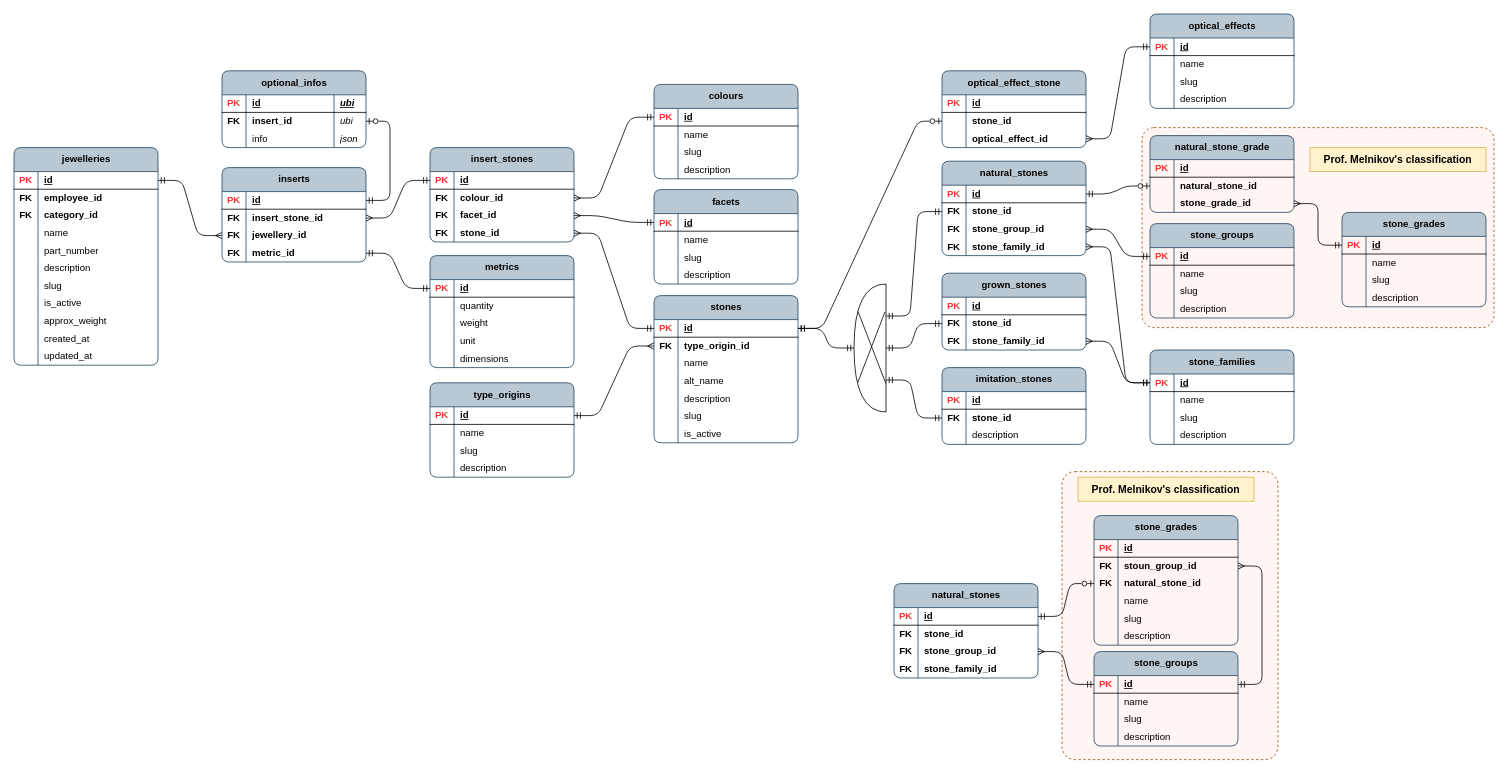
This is page "psql_inserts" (2 of 14) of publisher/laravel-app/psql_jewellery_items.drawio from Local-development-environment/msg-brokers-publisher-consumer, a draw.io file, before an edit. Source tidied: cells renumbered, new cells numbered last; positions are measured from the earlier drawing's top-left corner, leaving out a move shared by most shapes. Both pictures are drawn from the tidied source at 80%, with x=0, y=0 at pixel (14, 14).
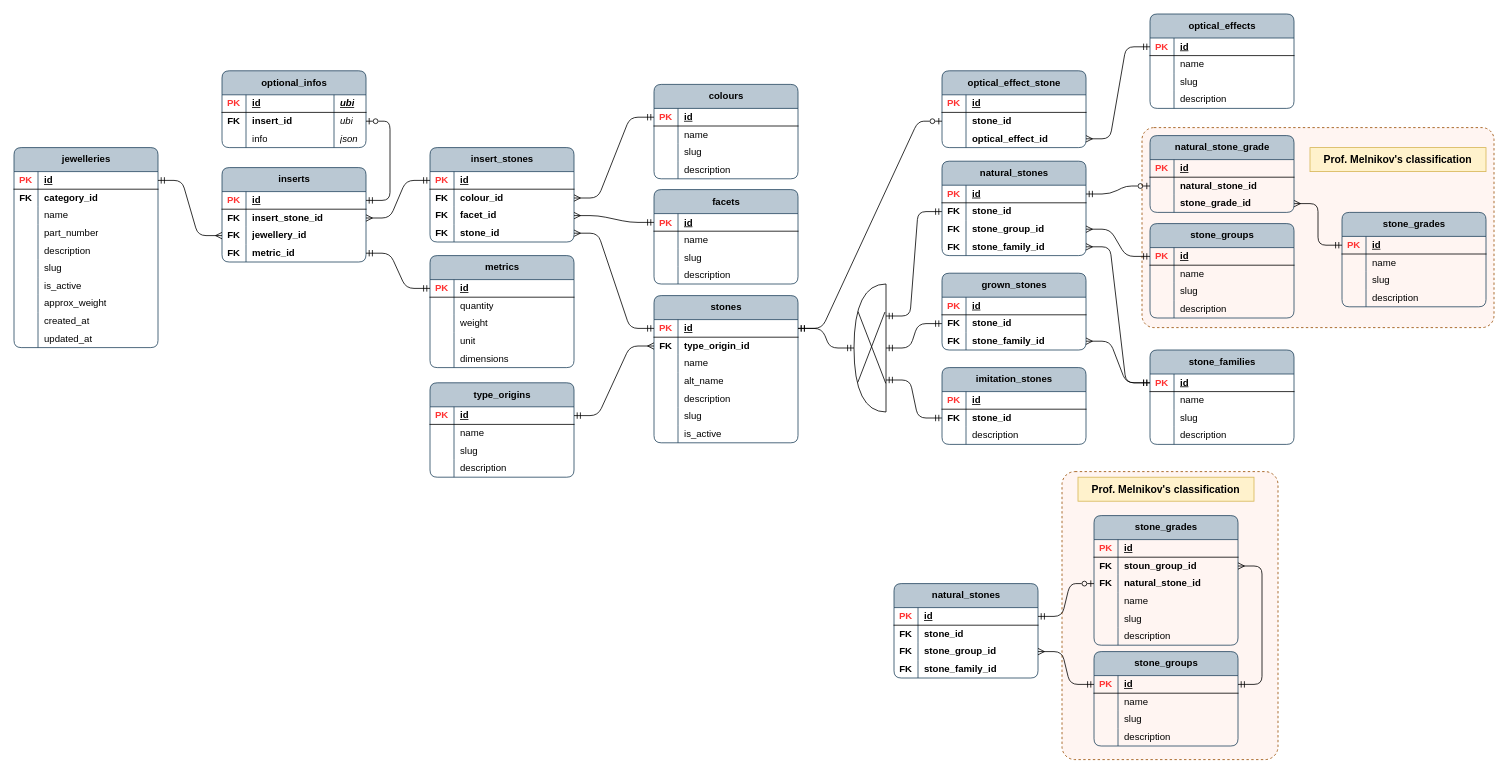
The same page after the edit.

Change to the diagram source:
```diff
@@
     <mxCell id="121" value="jewelleries" style="shape=table;startSize=30;childLayout=tableLayout;rowLines=0;fontStyle=1;align=center;html=1;rounded=1;swimlaneFillColor=none;fillColor=#bac8d3;strokeColor=#23445d;columnLines=1;arcSize=10;" parent="1" vertex="1">
-      <mxGeometry y="167" width="180" height="272" as="geometry" />
+      <mxGeometry y="167" width="180" height="250" as="geometry" />
     </mxCell>
@@
-    <mxCell id="125" style="shape=tableRow;horizontal=0;startSize=0;swimlaneHead=0;swimlaneBody=0;fillColor=none;top=0;left=0;right=0;bottom=0;rounded=1;" parent="121" vertex="1">
-      <mxGeometry y="52" width="180" height="22" as="geometry" />
-    </mxCell>
-    <mxCell id="126" value="&lt;b&gt;FK&lt;/b&gt;" style="shape=partialRectangle;fillColor=none;top=0;left=0;bottom=0;right=0;overflow=hidden;whiteSpace=wrap;html=1;rounded=1;" parent="125" vertex="1">
-      <mxGeometry width="30" height="22" as="geometry" />
-    </mxCell>
-    <mxCell id="127" value="&lt;b&gt;employee_id&lt;/b&gt;" style="shape=partialRectangle;fillColor=none;top=0;left=0;bottom=0;right=0;align=left;spacingLeft=6;overflow=hidden;whiteSpace=wrap;html=1;rounded=1;" parent="125" vertex="1">
-      <mxGeometry x="30" width="150" height="22" as="geometry" />
-    </mxCell>
     <mxCell id="128" style="shape=tableRow;horizontal=0;startSize=0;swimlaneHead=0;swimlaneBody=0;fillColor=none;top=0;left=0;right=0;bottom=0;rounded=1;" parent="121" vertex="1">
-      <mxGeometry y="74" width="180" height="22" as="geometry" />
+      <mxGeometry y="52" width="180" height="22" as="geometry" />
     </mxCell>
@@
     <mxCell id="131" style="shape=tableRow;horizontal=0;startSize=0;swimlaneHead=0;swimlaneBody=0;fillColor=none;top=0;left=0;right=0;bottom=0;rounded=1;" parent="121" vertex="1">
-      <mxGeometry y="96" width="180" height="22" as="geometry" />
+      <mxGeometry y="74" width="180" height="22" as="geometry" />
     </mxCell>
@@
     <mxCell id="134" style="shape=tableRow;horizontal=0;startSize=0;swimlaneHead=0;swimlaneBody=0;fillColor=none;top=0;left=0;right=0;bottom=0;rounded=1;" parent="121" vertex="1">
-      <mxGeometry y="118" width="180" height="22" as="geometry" />
+      <mxGeometry y="96" width="180" height="22" as="geometry" />
     </mxCell>
@@
     <mxCell id="137" style="shape=tableRow;horizontal=0;startSize=0;swimlaneHead=0;swimlaneBody=0;fillColor=none;top=0;left=0;right=0;bottom=0;rounded=1;" parent="121" vertex="1">
-      <mxGeometry y="140" width="180" height="22" as="geometry" />
+      <mxGeometry y="118" width="180" height="22" as="geometry" />
     </mxCell>
@@
     <mxCell id="140" style="shape=tableRow;horizontal=0;startSize=0;swimlaneHead=0;swimlaneBody=0;fillColor=none;top=0;left=0;right=0;bottom=0;rounded=1;" parent="121" vertex="1">
-      <mxGeometry y="162" width="180" height="22" as="geometry" />
+      <mxGeometry y="140" width="180" height="22" as="geometry" />
     </mxCell>
@@
     <mxCell id="143" style="shape=tableRow;horizontal=0;startSize=0;swimlaneHead=0;swimlaneBody=0;fillColor=none;top=0;left=0;right=0;bottom=0;rounded=1;" parent="121" vertex="1">
-      <mxGeometry y="184" width="180" height="22" as="geometry" />
+      <mxGeometry y="162" width="180" height="22" as="geometry" />
     </mxCell>
@@
     <mxCell id="146" style="shape=tableRow;horizontal=0;startSize=0;swimlaneHead=0;swimlaneBody=0;fillColor=none;top=0;left=0;right=0;bottom=0;rounded=1;" parent="121" vertex="1">
-      <mxGeometry y="206" width="180" height="22" as="geometry" />
+      <mxGeometry y="184" width="180" height="22" as="geometry" />
     </mxCell>
@@
     <mxCell id="149" style="shape=tableRow;horizontal=0;startSize=0;swimlaneHead=0;swimlaneBody=0;fillColor=none;top=0;left=0;right=0;bottom=0;rounded=1;" parent="121" vertex="1">
-      <mxGeometry y="228" width="180" height="22" as="geometry" />
+      <mxGeometry y="206" width="180" height="22" as="geometry" />
     </mxCell>
@@
     <mxCell id="152" style="shape=tableRow;horizontal=0;startSize=0;swimlaneHead=0;swimlaneBody=0;fillColor=none;top=0;left=0;right=0;bottom=0;rounded=1;" parent="121" vertex="1">
-      <mxGeometry y="250" width="180" height="22" as="geometry" />
+      <mxGeometry y="228" width="180" height="22" as="geometry" />
     </mxCell>
```
